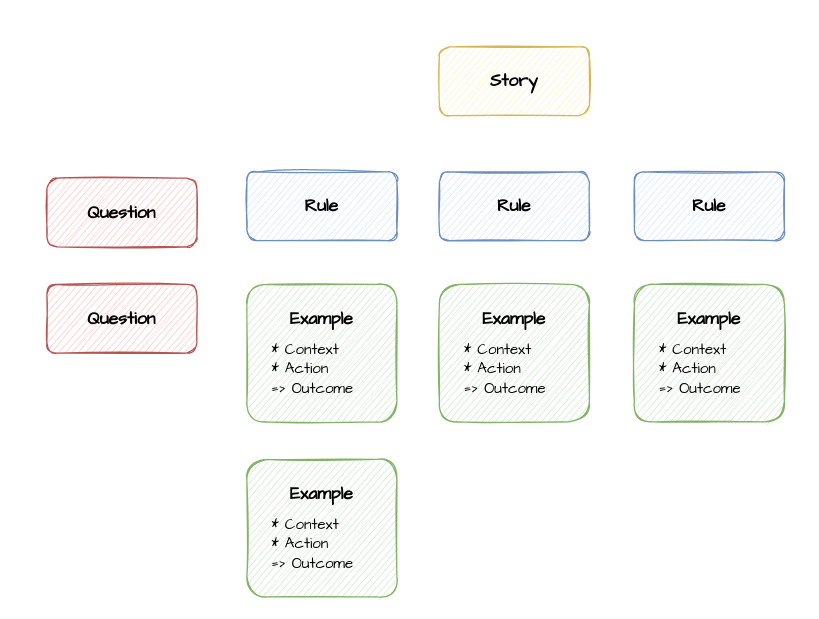
tryane/diagrams.net-example-mapping keeps this draw.io diagram as example_mapping_template.drawio. Above is the earlier version. Source tidied: cells renumbered, new cells numbered last; positions are measured from the earlier drawing's top-left corner, leaving out a move shared by most shapes. Both pictures are drawn from the tidied source at 125%, with x=0, y=0 at pixel (46, 46).
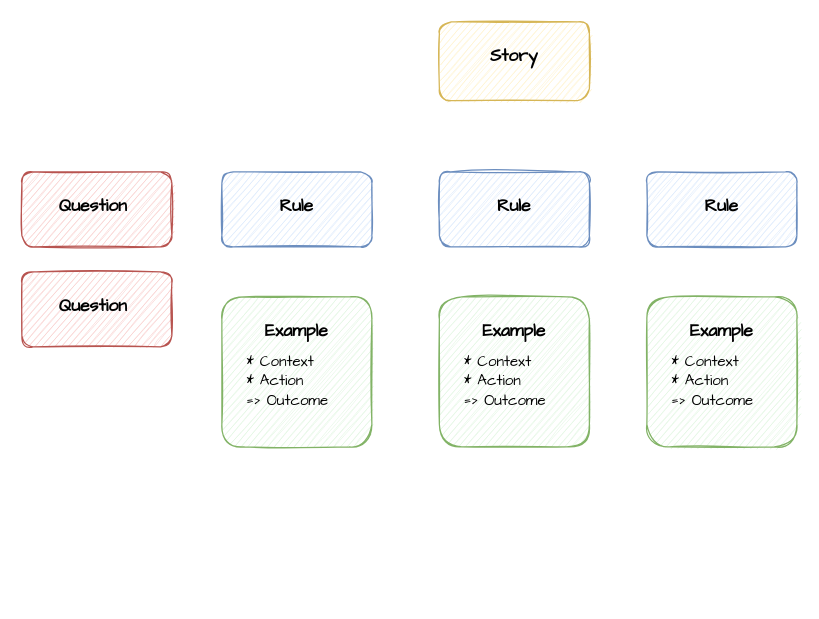
The same diagram, later.

Commit message (it also covers changes not shown here):
adjust sizes with grid

Change to the diagram source:
```diff
@@
 <mxGraphModel>
   <root>
     <mxCell id="0" />
     <mxCell id="1" parent="0" />
     <mxCell id="2" value="&lt;h3&gt;&lt;font face=&quot;Comic Sans MS&quot;&gt;Rule&lt;/font&gt;&lt;/h3&gt;" style="whiteSpace=wrap;html=1;fillColor=#dae8fc;strokeColor=#6c8ebf;spacing=0;spacingLeft=15;spacingRight=15;verticalAlign=top;align=center;rounded=1;sketch=1;" parent="1" vertex="1">
-      <mxGeometry x="160" y="100" width="120" height="55" as="geometry" />
+      <mxGeometry x="314" y="100" width="120" height="60" as="geometry" />
     </mxCell>
-    <mxCell id="3" value="&lt;h3&gt;&lt;font face=&quot;Comic Sans MS&quot;&gt;Rule&lt;/font&gt;&lt;/h3&gt;" style="whiteSpace=wrap;html=1;fillColor=#dae8fc;strokeColor=#6c8ebf;spacing=0;spacingLeft=15;spacingRight=15;verticalAlign=top;align=center;rounded=1;sketch=1;" parent="1" vertex="1">
-      <mxGeometry x="314" y="100" width="120" height="55" as="geometry" />
-    </mxCell>
-    <mxCell id="4" value="&lt;h3&gt;&lt;font face=&quot;Comic Sans MS&quot;&gt;Rule&lt;/font&gt;&lt;/h3&gt;" style="whiteSpace=wrap;html=1;fillColor=#dae8fc;strokeColor=#6c8ebf;spacing=0;spacingLeft=15;spacingRight=15;verticalAlign=top;align=center;comic=0;rounded=1;sketch=1;" parent="1" vertex="1">
-      <mxGeometry x="470" y="100" width="120" height="55" as="geometry" />
-    </mxCell>
-    <mxCell id="5" value="&lt;h3&gt;&lt;font face=&quot;Comic Sans MS&quot;&gt;Example&lt;/font&gt;&lt;/h3&gt;" style="whiteSpace=wrap;html=1;fillColor=#d5e8d4;strokeColor=#82b366;spacing=0;labelPosition=center;verticalLabelPosition=middle;align=center;verticalAlign=top;spacingTop=0;spacingLeft=10;spacingRight=10;horizontal=1;comic=0;rounded=1;sketch=1;" parent="1" vertex="1">
-      <mxGeometry x="160" y="190" width="120" height="110" as="geometry" />
+    <mxCell id="5" value="&lt;h3&gt;&lt;font face=&quot;Comic Sans MS&quot;&gt;Example&lt;/font&gt;&lt;/h3&gt;" style="whiteSpace=wrap;html=1;strokeColor=#82b366;spacing=0;labelPosition=center;verticalLabelPosition=middle;align=center;verticalAlign=top;spacingTop=0;spacingLeft=10;spacingRight=10;horizontal=1;comic=0;rounded=1;sketch=1;fillColor=#E1F5E0;" parent="1" vertex="1">
+      <mxGeometry x="140" y="200" width="120" height="120" as="geometry" />
     </mxCell>
     <mxCell id="6" value="&lt;div&gt;&lt;font face=&quot;Comic Sans MS&quot;&gt;* Context&amp;nbsp;&lt;/font&gt;&lt;/div&gt;&lt;div&gt;&lt;span style=&quot;font-family: &amp;#34;comic sans ms&amp;#34;&quot;&gt;* Action&lt;/span&gt;&lt;/div&gt;&lt;div&gt;&lt;span style=&quot;font-family: &amp;#34;comic sans ms&amp;#34;&quot;&gt;=&amp;gt; Outcome&lt;br&gt;&lt;/span&gt;&lt;/div&gt;" style="text;html=1;strokeColor=none;fillColor=none;align=left;verticalAlign=top;whiteSpace=wrap;comic=0;spacing=0;movableLabel=0;rounded=1;sketch=1;" parent="5" vertex="1">
       <mxGeometry x="20" y="40" width="80" height="50" as="geometry" />
     </mxCell>
-    <mxCell id="7" value="&lt;h3&gt;&lt;font face=&quot;Comic Sans MS&quot;&gt;Example&lt;/font&gt;&lt;/h3&gt;" style="whiteSpace=wrap;html=1;fillColor=#d5e8d4;strokeColor=#82b366;spacing=0;labelPosition=center;verticalLabelPosition=middle;align=center;verticalAlign=top;spacingTop=0;spacingLeft=10;spacingRight=10;horizontal=1;comic=0;rounded=1;sketch=1;" parent="1" vertex="1">
-      <mxGeometry x="314" y="190" width="120" height="110" as="geometry" />
-    </mxCell>
-    <mxCell id="8" value="&lt;div&gt;&lt;font face=&quot;Comic Sans MS&quot;&gt;* Context&amp;nbsp;&lt;/font&gt;&lt;/div&gt;&lt;div&gt;&lt;span style=&quot;font-family: &amp;#34;comic sans ms&amp;#34;&quot;&gt;* Action&lt;/span&gt;&lt;/div&gt;&lt;div&gt;&lt;span style=&quot;font-family: &amp;#34;comic sans ms&amp;#34;&quot;&gt;=&amp;gt; Outcome&lt;br&gt;&lt;/span&gt;&lt;/div&gt;" style="text;html=1;strokeColor=none;fillColor=none;align=left;verticalAlign=top;whiteSpace=wrap;comic=0;spacing=0;movableLabel=0;rounded=1;sketch=1;" parent="7" vertex="1">
-      <mxGeometry x="20" y="40" width="80" height="50" as="geometry" />
-    </mxCell>
-    <mxCell id="9" value="&lt;h3&gt;&lt;font face=&quot;Comic Sans MS&quot;&gt;Example&lt;/font&gt;&lt;/h3&gt;" style="whiteSpace=wrap;html=1;fillColor=#d5e8d4;strokeColor=#82b366;spacing=0;labelPosition=center;verticalLabelPosition=middle;align=center;verticalAlign=top;spacingTop=0;spacingLeft=10;spacingRight=10;horizontal=1;comic=0;rounded=1;sketch=1;" parent="1" vertex="1">
-      <mxGeometry x="470" y="190" width="120" height="110" as="geometry" />
-    </mxCell>
-    <mxCell id="10" value="&lt;div&gt;&lt;font face=&quot;Comic Sans MS&quot;&gt;* Context&amp;nbsp;&lt;/font&gt;&lt;/div&gt;&lt;div&gt;&lt;span style=&quot;font-family: &amp;#34;comic sans ms&amp;#34;&quot;&gt;* Action&lt;/span&gt;&lt;/div&gt;&lt;div&gt;&lt;span style=&quot;font-family: &amp;#34;comic sans ms&amp;#34;&quot;&gt;=&amp;gt; Outcome&lt;br&gt;&lt;/span&gt;&lt;/div&gt;" style="text;html=1;strokeColor=none;fillColor=none;align=left;verticalAlign=top;whiteSpace=wrap;comic=0;spacing=0;movableLabel=0;rounded=1;sketch=1;" parent="9" vertex="1">
-      <mxGeometry x="20" y="40" width="80" height="50" as="geometry" />
-    </mxCell>
-    <mxCell id="11" value="&lt;h3&gt;&lt;font face=&quot;Comic Sans MS&quot;&gt;Example&lt;/font&gt;&lt;/h3&gt;" style="whiteSpace=wrap;html=1;fillColor=#d5e8d4;strokeColor=#82b366;spacing=0;labelPosition=center;verticalLabelPosition=middle;align=center;verticalAlign=top;spacingTop=0;spacingLeft=10;spacingRight=10;horizontal=1;comic=0;rounded=1;sketch=1;" parent="1" vertex="1">
-      <mxGeometry x="160" y="330" width="120" height="110" as="geometry" />
-    </mxCell>
-    <mxCell id="12" value="&lt;div&gt;&lt;font face=&quot;Comic Sans MS&quot;&gt;* Context&amp;nbsp;&lt;/font&gt;&lt;/div&gt;&lt;div&gt;&lt;span style=&quot;font-family: &amp;#34;comic sans ms&amp;#34;&quot;&gt;* Action&lt;/span&gt;&lt;/div&gt;&lt;div&gt;&lt;span style=&quot;font-family: &amp;#34;comic sans ms&amp;#34;&quot;&gt;=&amp;gt; Outcome&lt;br&gt;&lt;/span&gt;&lt;/div&gt;" style="text;html=1;strokeColor=none;fillColor=none;align=left;verticalAlign=top;whiteSpace=wrap;comic=0;spacing=0;movableLabel=0;rounded=1;sketch=1;" parent="11" vertex="1">
-      <mxGeometry x="20" y="40" width="80" height="50" as="geometry" />
-    </mxCell>
-    <mxCell id="13" value="&lt;h3 style=&quot;text-align: justify&quot;&gt;&lt;font face=&quot;Comic Sans MS&quot;&gt;Story&lt;/font&gt;&lt;/h3&gt;" style="rounded=1;whiteSpace=wrap;html=1;fillColor=#fff2cc;strokeColor=#d6b656;spacing=0;verticalAlign=top;spacingLeft=15;spacingRight=15;spacingBottom=0;align=center;comic=0;jiggle=1;glass=0;sketch=1;" parent="1" vertex="1">
-      <mxGeometry x="314" width="120" height="55" as="geometry" />
+    <mxCell id="13" value="&lt;h3&gt;&lt;font face=&quot;Comic Sans MS&quot;&gt;Story&lt;/font&gt;&lt;/h3&gt;" style="rounded=1;whiteSpace=wrap;html=1;fillColor=#fff2cc;strokeColor=#d6b656;spacing=0;verticalAlign=top;spacingLeft=15;spacingRight=15;spacingBottom=0;align=center;comic=0;jiggle=1;glass=0;sketch=1;" parent="1" vertex="1">
+      <mxGeometry x="314" y="-20" width="120" height="63" as="geometry" />
     </mxCell>
-    <mxCell id="14" value="&lt;h3 style=&quot;text-align: justify&quot;&gt;&lt;font face=&quot;Comic Sans MS&quot;&gt;Question&lt;/font&gt;&lt;/h3&gt;" style="rounded=1;whiteSpace=wrap;html=1;fillColor=#f8cecc;strokeColor=#b85450;spacing=0;verticalAlign=top;spacingLeft=15;spacingRight=15;spacingBottom=0;align=center;comic=0;movableLabel=0;glass=0;sketch=1;" parent="1" vertex="1">
-      <mxGeometry y="105" width="120" height="55" as="geometry" />
-    </mxCell>
-    <mxCell id="15" value="&lt;h3 style=&quot;text-align: justify&quot;&gt;&lt;font face=&quot;Comic Sans MS&quot;&gt;Question&lt;/font&gt;&lt;/h3&gt;" style="rounded=1;whiteSpace=wrap;html=1;fillColor=#f8cecc;strokeColor=#b85450;spacing=0;verticalAlign=top;spacingLeft=15;spacingRight=15;spacingBottom=0;align=center;comic=0;movableLabel=0;glass=0;sketch=1;" parent="1" vertex="1">
-      <mxGeometry y="190" width="120" height="55" as="geometry" />
-    </mxCell>
+    <mxCell id="16" value="&lt;h3&gt;&lt;font face=&quot;Comic Sans MS&quot;&gt;Rule&lt;/font&gt;&lt;/h3&gt;" style="whiteSpace=wrap;html=1;fillColor=#dae8fc;strokeColor=#6c8ebf;spacing=0;spacingLeft=15;spacingRight=15;verticalAlign=top;align=center;rounded=1;sketch=1;" parent="1" vertex="1">
+      <mxGeometry x="480" y="100" width="120" height="60" as="geometry" />
+    </mxCell>
+    <mxCell id="17" value="&lt;h3&gt;&lt;font face=&quot;Comic Sans MS&quot;&gt;Rule&lt;/font&gt;&lt;/h3&gt;" style="whiteSpace=wrap;html=1;fillColor=#dae8fc;strokeColor=#6c8ebf;spacing=0;spacingLeft=15;spacingRight=15;verticalAlign=top;align=center;rounded=1;sketch=1;" parent="1" vertex="1">
+      <mxGeometry x="140" y="100" width="120" height="60" as="geometry" />
+    </mxCell>
+    <mxCell id="18" value="&lt;h3&gt;&lt;font face=&quot;Comic Sans MS&quot;&gt;Example&lt;/font&gt;&lt;/h3&gt;" style="whiteSpace=wrap;html=1;strokeColor=#82b366;spacing=0;labelPosition=center;verticalLabelPosition=middle;align=center;verticalAlign=top;spacingTop=0;spacingLeft=10;spacingRight=10;horizontal=1;comic=0;rounded=1;sketch=1;fillColor=#E1F5E0;" parent="1" vertex="1">
+      <mxGeometry x="314" y="200" width="120" height="120" as="geometry" />
+    </mxCell>
+    <mxCell id="19" value="&lt;div&gt;&lt;font face=&quot;Comic Sans MS&quot;&gt;* Context&amp;nbsp;&lt;/font&gt;&lt;/div&gt;&lt;div&gt;&lt;span style=&quot;font-family: &amp;#34;comic sans ms&amp;#34;&quot;&gt;* Action&lt;/span&gt;&lt;/div&gt;&lt;div&gt;&lt;span style=&quot;font-family: &amp;#34;comic sans ms&amp;#34;&quot;&gt;=&amp;gt; Outcome&lt;br&gt;&lt;/span&gt;&lt;/div&gt;" style="text;html=1;strokeColor=none;fillColor=none;align=left;verticalAlign=top;whiteSpace=wrap;comic=0;spacing=0;movableLabel=0;rounded=1;sketch=1;" parent="18" vertex="1">
+      <mxGeometry x="20" y="40" width="80" height="50" as="geometry" />
+    </mxCell>
+    <mxCell id="20" value="&lt;h3&gt;&lt;font face=&quot;Comic Sans MS&quot;&gt;Example&lt;/font&gt;&lt;/h3&gt;" style="whiteSpace=wrap;html=1;strokeColor=#82b366;spacing=0;labelPosition=center;verticalLabelPosition=middle;align=center;verticalAlign=top;spacingTop=0;spacingLeft=10;spacingRight=10;horizontal=1;comic=0;rounded=1;sketch=1;fillColor=#E1F5E0;" parent="1" vertex="1">
+      <mxGeometry x="480" y="200" width="120" height="120" as="geometry" />
+    </mxCell>
+    <mxCell id="21" value="&lt;div&gt;&lt;font face=&quot;Comic Sans MS&quot;&gt;* Context&amp;nbsp;&lt;/font&gt;&lt;/div&gt;&lt;div&gt;&lt;span style=&quot;font-family: &amp;#34;comic sans ms&amp;#34;&quot;&gt;* Action&lt;/span&gt;&lt;/div&gt;&lt;div&gt;&lt;span style=&quot;font-family: &amp;#34;comic sans ms&amp;#34;&quot;&gt;=&amp;gt; Outcome&lt;br&gt;&lt;/span&gt;&lt;/div&gt;" style="text;html=1;strokeColor=none;fillColor=none;align=left;verticalAlign=top;whiteSpace=wrap;comic=0;spacing=0;movableLabel=0;rounded=1;sketch=1;" parent="20" vertex="1">
+      <mxGeometry x="20" y="40" width="80" height="50" as="geometry" />
+    </mxCell>
+    <mxCell id="22" value="&lt;h3&gt;&lt;font face=&quot;Comic Sans MS&quot;&gt;Question&amp;nbsp;&lt;/font&gt;&lt;/h3&gt;" style="rounded=1;whiteSpace=wrap;html=1;fillColor=#f8cecc;strokeColor=#b85450;spacing=0;verticalAlign=top;spacingLeft=15;spacingRight=15;spacingBottom=0;align=center;comic=0;movableLabel=0;glass=0;sketch=1;" parent="1" vertex="1">
+      <mxGeometry x="-20" y="100" width="120" height="60" as="geometry" />
+    </mxCell>
+    <mxCell id="23" value="&lt;h3&gt;&lt;font face=&quot;Comic Sans MS&quot;&gt;Question&amp;nbsp;&lt;/font&gt;&lt;/h3&gt;" style="rounded=1;whiteSpace=wrap;html=1;fillColor=#f8cecc;strokeColor=#b85450;spacing=0;verticalAlign=top;spacingLeft=15;spacingRight=15;spacingBottom=0;align=center;comic=0;movableLabel=0;glass=0;sketch=1;" parent="1" vertex="1">
+      <mxGeometry x="-20" y="180" width="120" height="60" as="geometry" />
+    </mxCell>
   </root>
 </mxGraphModel>
```
